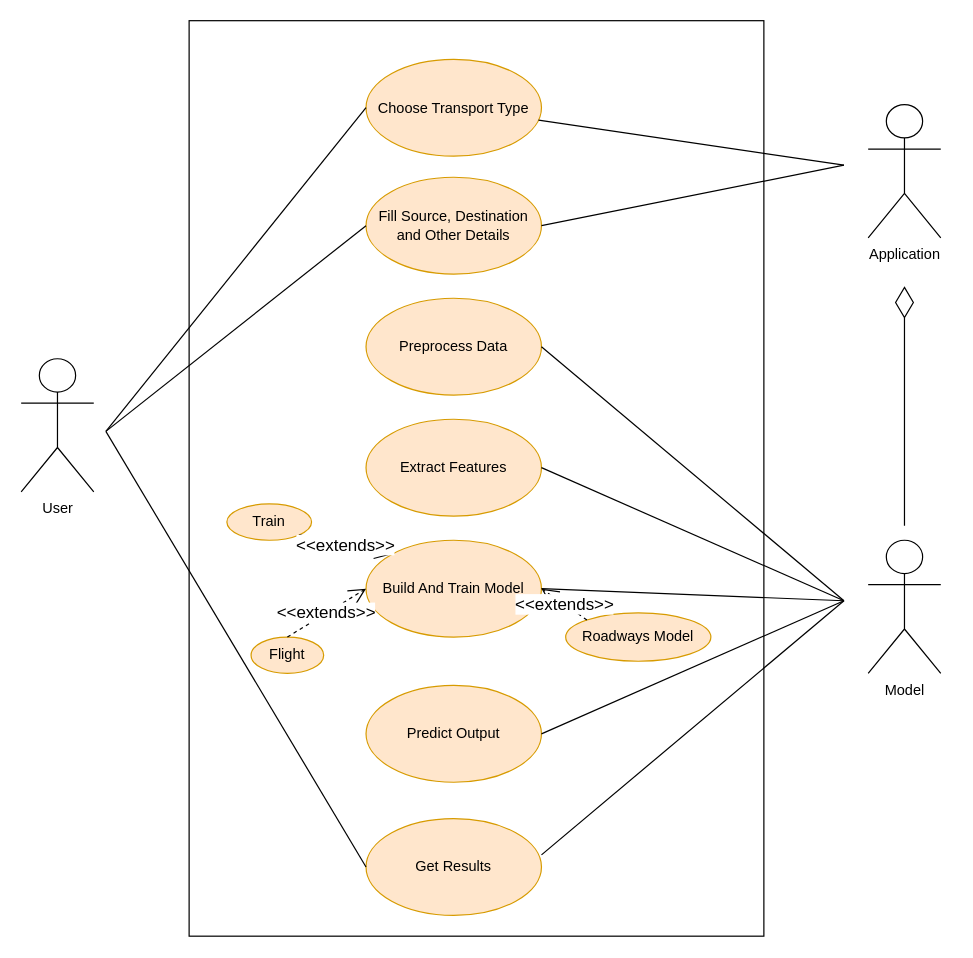
Above: usecase.drawio in ramancodes/Diagrams (draw.io), before the change. Source tidied: cells renumbered, new cells numbered last; positions are measured from the earlier drawing's top-left corner, leaving out a move shared by most shapes. Both pictures are drawn from the tidied source at 121%, with x=0, y=0 at pixel (18, 58).
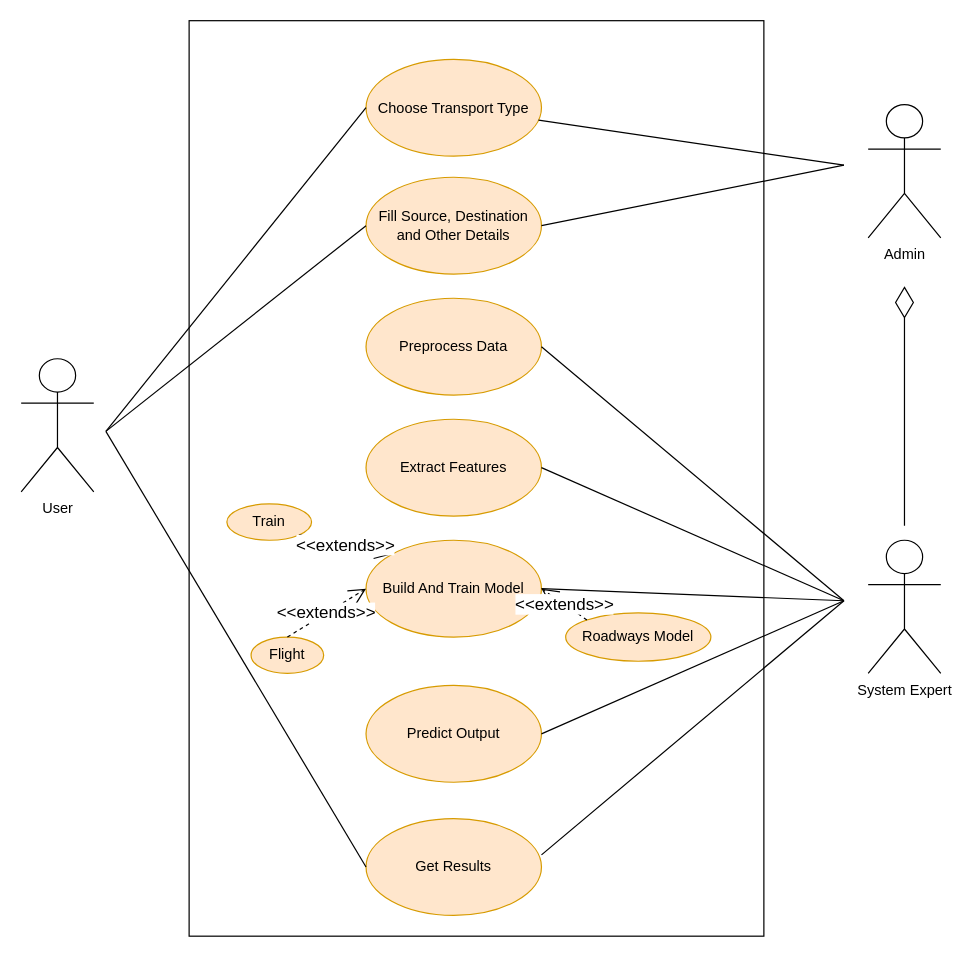
Above is the later version.

What changed in the source:
```diff
@@
-    <mxCell id="14" value="Application" style="shape=umlActor;verticalLabelPosition=bottom;verticalAlign=top;html=1;" parent="1" vertex="1">
+    <mxCell id="14" value="Admin" style="shape=umlActor;verticalLabelPosition=bottom;verticalAlign=top;html=1;" parent="1" vertex="1">
       <mxGeometry x="702" y="38" width="60" height="110" as="geometry" />
     </mxCell>
-    <mxCell id="15" value="Model" style="shape=umlActor;verticalLabelPosition=bottom;verticalAlign=top;html=1;" parent="1" vertex="1">
+    <mxCell id="15" value="System Expert" style="shape=umlActor;verticalLabelPosition=bottom;verticalAlign=top;html=1;" parent="1" vertex="1">
       <mxGeometry x="702" y="398" width="60" height="110" as="geometry" />
     </mxCell>
```
